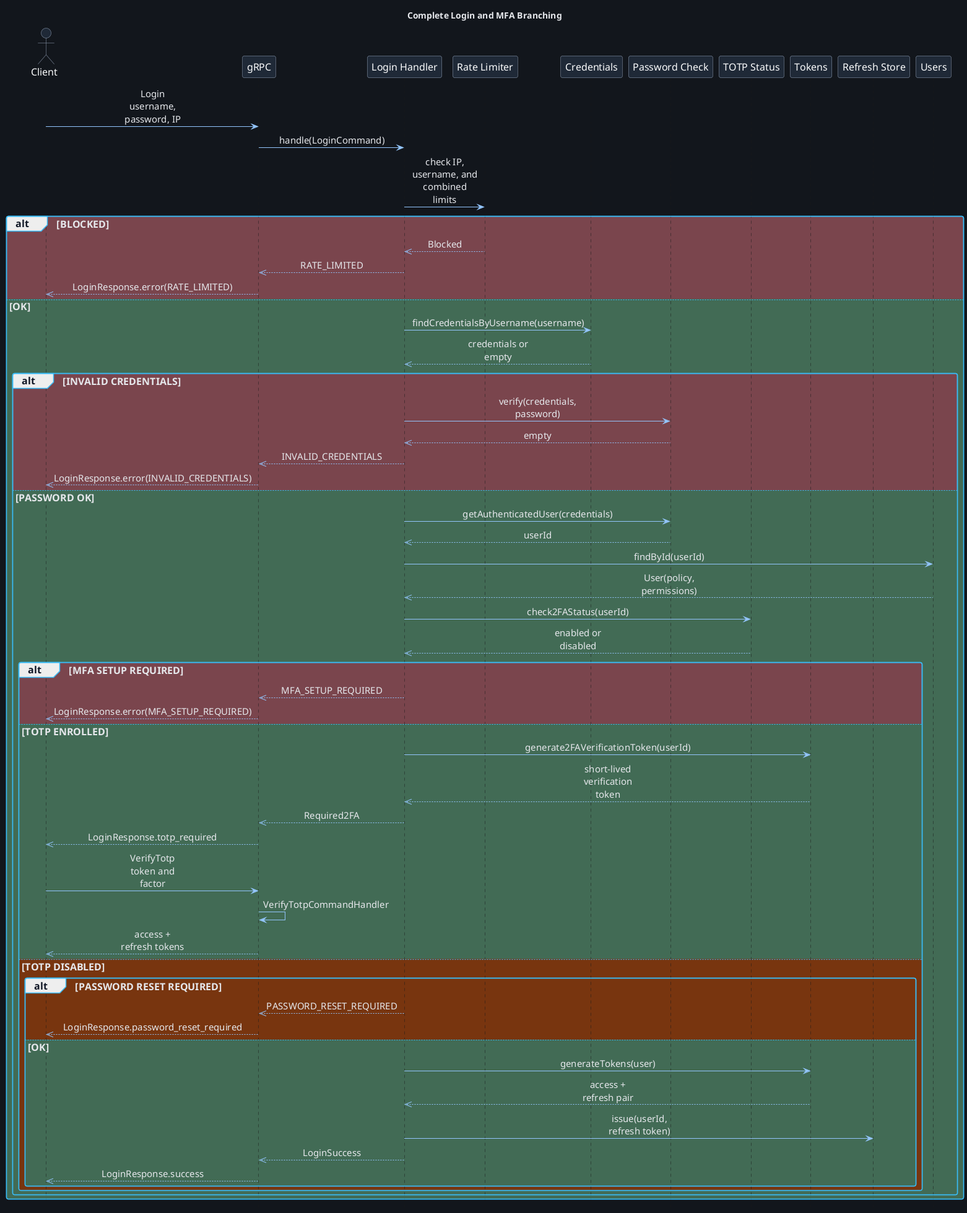
Above: design/authentication/LoginSequenceDiagram.png in OODesigns/central-auth-service (PlantUML), before the change.
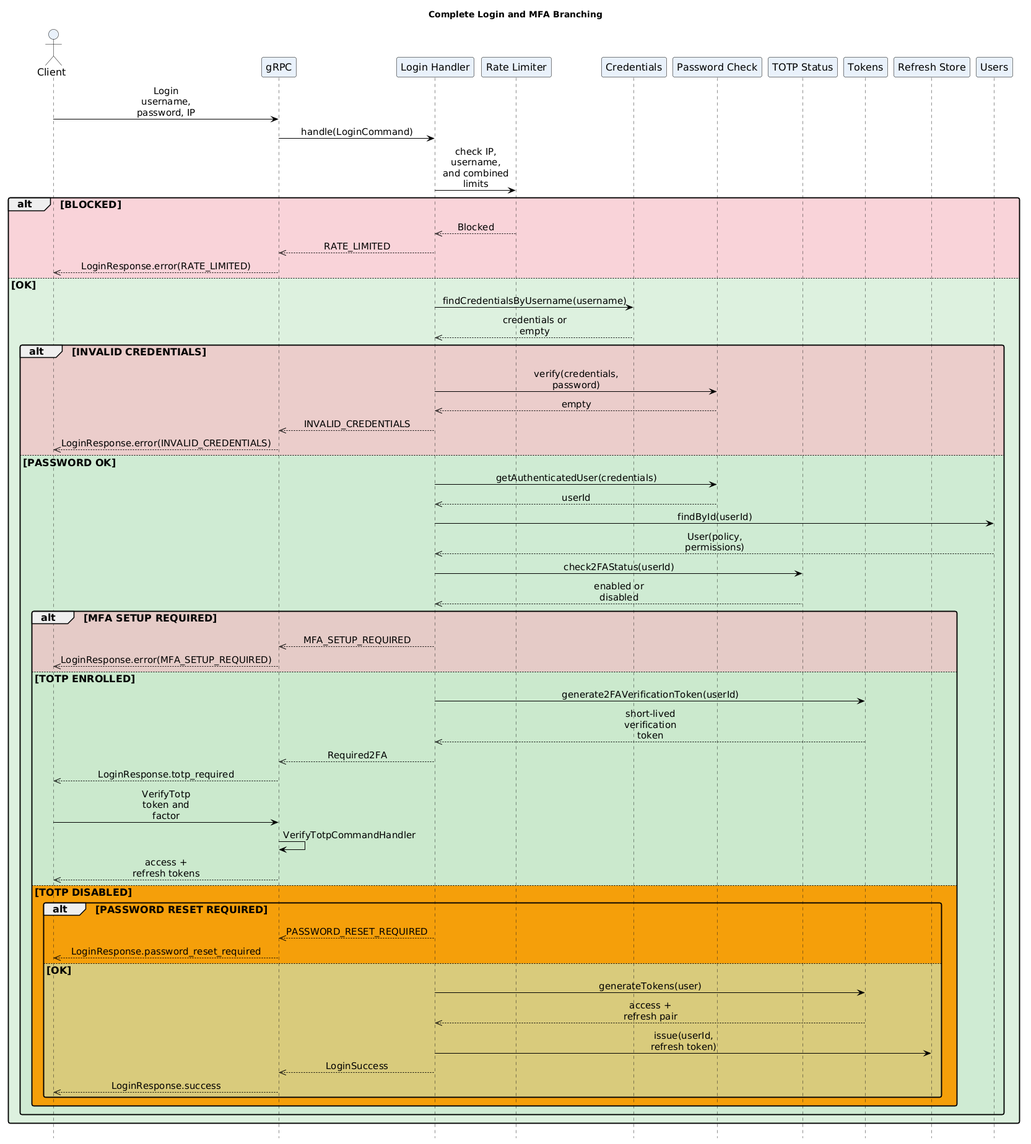
Above is the later version.

What changed in the source:
```diff
@@ -17,29 +17,29 @@
 Client -> Grpc: Login\nusername, password, IP
 Grpc -> Login: handle(LoginCommand)
 Login -> Limits: check IP, username, and combined limits
-alt #7a454d BLOCKED
+alt #F3B6BE99 BLOCKED
     Limits -->> Login: Blocked
     Login -->> Grpc: RATE_LIMITED
     Grpc -->> Client: LoginResponse.error(RATE_LIMITED)
-else #426b55 OK
+else #C7E8C999 OK
     Login -> Credentials: findCredentialsByUsername(username)
     Credentials -->> Login: credentials or empty
-    alt #7a454d INVALID CREDENTIALS
+    alt #F3B6BE99 INVALID CREDENTIALS
         Login -> Auth: verify(credentials, password)
         Auth -->> Login: empty
         Login -->> Grpc: INVALID_CREDENTIALS
         Grpc -->> Client: LoginResponse.error(INVALID_CREDENTIALS)
-    else #426b55 PASSWORD OK
+    else #C7E8C999 PASSWORD OK
         Login -> Auth: getAuthenticatedUser(credentials)
         Auth -->> Login: userId
         Login -> Users: findById(userId)
         Users -->> Login: User(policy, permissions)
         Login -> TotpStatus: check2FAStatus(userId)
         TotpStatus -->> Login: enabled or disabled
-        alt #7a454d MFA SETUP REQUIRED
+        alt #F3B6BE99 MFA SETUP REQUIRED
             Login -->> Grpc: MFA_SETUP_REQUIRED
             Grpc -->> Client: LoginResponse.error(MFA_SETUP_REQUIRED)
-        else #426b55 TOTP ENROLLED
+        else #C7E8C999 TOTP ENROLLED
             Login -> Tokens: generate2FAVerificationToken(userId)
             Tokens -->> Login: short-lived verification token
             Login -->> Grpc: Required2FA
@@ -47,11 +47,11 @@
             Client -> Grpc: VerifyTotp\ntoken and factor
             Grpc -> Grpc: VerifyTotpCommandHandler
             Grpc -->> Client: access + refresh tokens
-        else #78350f TOTP DISABLED
-            alt #78350f PASSWORD RESET REQUIRED
+        else #F59E0B TOTP DISABLED
+            alt #F59E0B PASSWORD RESET REQUIRED
                 Login -->> Grpc: PASSWORD_RESET_REQUIRED
                 Grpc -->> Client: LoginResponse.password_reset_required
-            else #426b55 OK
+            else #C7E8C999 OK
                 Login -> Tokens: generateTokens(user)
                 Tokens -->> Login: access + refresh pair
                 Login -> RefreshStore: issue(userId, refresh token)
```
